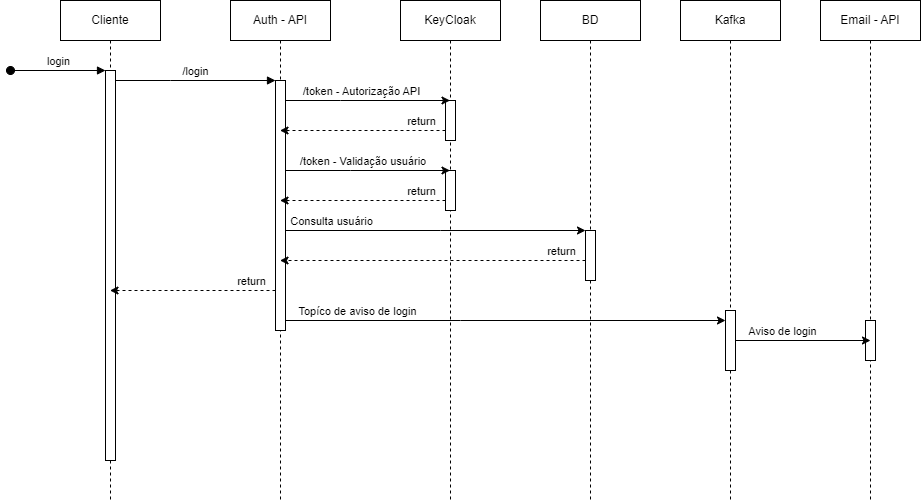
The draw.io diagram docs/Jornadas/assets/Login-sequencia.png in agendify/doc-interno, before a commit. Source tidied: cells renumbered, new cells last; positions are measured from the earlier drawing's top-left corner, leaving out a move shared by most shapes.
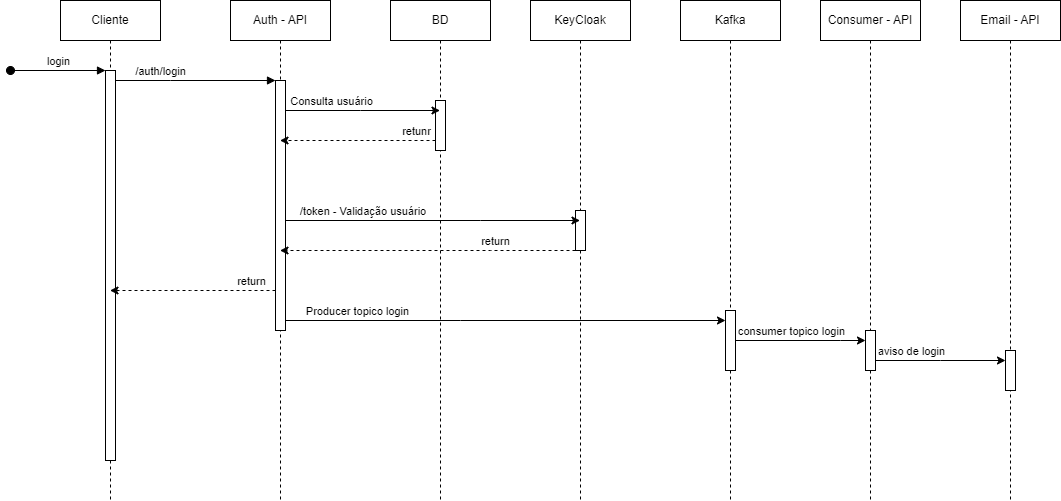
Above is the later version.

Change to the diagram source:
```diff
@@ -19,27 +19,24 @@
     <mxCell id="6" style="html=1;points=[];perimeter=orthogonalPerimeter;outlineConnect=0;targetShapes=umlLifeline;portConstraint=eastwest;newEdgeStyle={&quot;edgeStyle&quot;:&quot;elbowEdgeStyle&quot;,&quot;elbow&quot;:&quot;vertical&quot;,&quot;curved&quot;:0,&quot;rounded&quot;:0};" parent="5" vertex="1">
       <mxGeometry x="45" y="80" width="10" height="250" as="geometry" />
     </mxCell>
-    <mxCell id="7" value="/login" style="html=1;verticalAlign=bottom;endArrow=block;edgeStyle=elbowEdgeStyle;elbow=vertical;curved=0;rounded=0;" parent="1" edge="1" source="3" target="6">
-      <mxGeometry relative="1" as="geometry">
+    <mxCell id="7" value="/auth/login" style="html=1;verticalAlign=bottom;endArrow=block;edgeStyle=elbowEdgeStyle;elbow=vertical;curved=0;rounded=0;" parent="1" edge="1" source="3" target="6">
+      <mxGeometry x="-0.44" relative="1" as="geometry">
         <Array as="points">
           <mxPoint x="160" y="80" />
         </Array>
       </mxGeometry>
     </mxCell>
     <mxCell id="8" value="Email - API" style="shape=umlLifeline;perimeter=lifelinePerimeter;whiteSpace=wrap;html=1;newEdgeStyle={&quot;edgeStyle&quot;:&quot;elbowEdgeStyle&quot;,&quot;elbow&quot;:&quot;vertical&quot;,&quot;curved&quot;:0,&quot;rounded&quot;:0};" parent="1" vertex="1">
-      <mxGeometry x="810" width="100" height="500" as="geometry" />
+      <mxGeometry x="950" width="100" height="500" as="geometry" />
     </mxCell>
     <mxCell id="9" style="html=1;points=[];perimeter=orthogonalPerimeter;outlineConnect=0;targetShapes=umlLifeline;portConstraint=eastwest;newEdgeStyle={&quot;edgeStyle&quot;:&quot;elbowEdgeStyle&quot;,&quot;elbow&quot;:&quot;vertical&quot;,&quot;curved&quot;:0,&quot;rounded&quot;:0};" parent="8" vertex="1">
-      <mxGeometry x="45" y="320" width="10" height="40" as="geometry" />
+      <mxGeometry x="45" y="350" width="10" height="40" as="geometry" />
     </mxCell>
     <mxCell id="10" value="KeyCloak" style="shape=umlLifeline;perimeter=lifelinePerimeter;whiteSpace=wrap;html=1;outlineConnect=0;portConstraint=eastwest;newEdgeStyle={&quot;edgeStyle&quot;:&quot;elbowEdgeStyle&quot;,&quot;elbow&quot;:&quot;vertical&quot;,&quot;curved&quot;:0,&quot;rounded&quot;:0};" parent="1" vertex="1">
-      <mxGeometry x="390" width="100" height="500" as="geometry" />
+      <mxGeometry x="520" width="100" height="500" as="geometry" />
     </mxCell>
-    <mxCell id="11" style="html=1;points=[];perimeter=orthogonalPerimeter;outlineConnect=0;targetShapes=umlLifeline;portConstraint=eastwest;newEdgeStyle={&quot;edgeStyle&quot;:&quot;elbowEdgeStyle&quot;,&quot;elbow&quot;:&quot;vertical&quot;,&quot;curved&quot;:0,&quot;rounded&quot;:0};" parent="10" vertex="1">
-      <mxGeometry x="45" y="100" width="10" height="40" as="geometry" />
-    </mxCell>
     <mxCell id="12" style="html=1;points=[];perimeter=orthogonalPerimeter;outlineConnect=0;targetShapes=umlLifeline;portConstraint=eastwest;newEdgeStyle={&quot;edgeStyle&quot;:&quot;elbowEdgeStyle&quot;,&quot;elbow&quot;:&quot;vertical&quot;,&quot;curved&quot;:0,&quot;rounded&quot;:0};" parent="10" vertex="1">
-      <mxGeometry x="45" y="170" width="10" height="40" as="geometry" />
+      <mxGeometry x="45" y="210" width="10" height="40" as="geometry" />
     </mxCell>
     <mxCell id="13" value="Kafka" style="shape=umlLifeline;perimeter=lifelinePerimeter;whiteSpace=wrap;html=1;newEdgeStyle={&quot;edgeStyle&quot;:&quot;elbowEdgeStyle&quot;,&quot;elbow&quot;:&quot;vertical&quot;,&quot;curved&quot;:0,&quot;rounded&quot;:0};" parent="1" vertex="1">
       <mxGeometry x="670" width="100" height="500" as="geometry" />
@@ -47,52 +44,29 @@
     <mxCell id="14" style="html=1;points=[];perimeter=orthogonalPerimeter;outlineConnect=0;targetShapes=umlLifeline;portConstraint=eastwest;newEdgeStyle={&quot;edgeStyle&quot;:&quot;elbowEdgeStyle&quot;,&quot;elbow&quot;:&quot;vertical&quot;,&quot;curved&quot;:0,&quot;rounded&quot;:0};" parent="13" vertex="1">
       <mxGeometry x="45" y="310" width="10" height="60" as="geometry" />
     </mxCell>
-    <mxCell id="15" style="edgeStyle=elbowEdgeStyle;rounded=0;jettySize=auto;html=1;elbow=vertical;curved=0;" parent="1" edge="1" source="6" target="10">
-      <mxGeometry relative="1" as="geometry">
-        <Array as="points">
-          <mxPoint x="330" y="100" />
-          <mxPoint x="360" y="120" />
-        </Array>
-      </mxGeometry>
-    </mxCell>
-    <mxCell id="16" value="&amp;nbsp;/token - Autorização API&amp;nbsp;" style="edgeLabel;html=1;align=center;verticalAlign=middle;" parent="15" vertex="1">
-      <mxGeometry x="-0.09" relative="1" as="geometry">
-        <mxPoint y="-10" as="offset" />
-      </mxGeometry>
-    </mxCell>
-    <mxCell id="17" style="edgeStyle=elbowEdgeStyle;rounded=0;jettySize=auto;html=1;elbow=vertical;curved=0;dashed=1;" parent="1" edge="1" source="11" target="5">
-      <mxGeometry relative="1" as="geometry">
-        <Array as="points">
-          <mxPoint x="360" y="130" />
-        </Array>
-      </mxGeometry>
-    </mxCell>
-    <mxCell id="18" value="return" style="edgeLabel;html=1;align=center;verticalAlign=middle;" parent="17" vertex="1">
-      <mxGeometry x="0.49" y="-2" relative="1" as="geometry">
-        <mxPoint x="98" y="-8" as="offset" />
-      </mxGeometry>
-    </mxCell>
     <mxCell id="19" value="BD" style="shape=umlLifeline;perimeter=lifelinePerimeter;whiteSpace=wrap;html=1;outlineConnect=0;portConstraint=eastwest;newEdgeStyle={&quot;edgeStyle&quot;:&quot;elbowEdgeStyle&quot;,&quot;elbow&quot;:&quot;vertical&quot;,&quot;curved&quot;:0,&quot;rounded&quot;:0};" parent="1" vertex="1">
-      <mxGeometry x="530" width="100" height="500" as="geometry" />
+      <mxGeometry x="380" width="100" height="500" as="geometry" />
     </mxCell>
     <mxCell id="20" style="html=1;points=[];perimeter=orthogonalPerimeter;outlineConnect=0;targetShapes=umlLifeline;portConstraint=eastwest;newEdgeStyle={&quot;edgeStyle&quot;:&quot;elbowEdgeStyle&quot;,&quot;elbow&quot;:&quot;vertical&quot;,&quot;curved&quot;:0,&quot;rounded&quot;:0};" parent="19" vertex="1">
-      <mxGeometry x="45" y="230" width="10" height="50" as="geometry" />
+      <mxGeometry x="45" y="100" width="10" height="50" as="geometry" />
     </mxCell>
     <mxCell id="21" style="edgeStyle=elbowEdgeStyle;rounded=0;jettySize=auto;html=1;elbow=vertical;curved=0;" parent="1" edge="1" source="6" target="10">
       <mxGeometry relative="1" as="geometry">
         <Array as="points">
+          <mxPoint x="470" y="220" />
           <mxPoint x="340" y="170" />
         </Array>
       </mxGeometry>
     </mxCell>
     <mxCell id="22" value="&amp;nbsp;/token - Validação usuário" style="edgeLabel;html=1;align=center;verticalAlign=middle;" parent="21" vertex="1">
       <mxGeometry x="0.26" y="2" relative="1" as="geometry">
-        <mxPoint x="-28" y="-8" as="offset" />
+        <mxPoint x="-110" y="-8" as="offset" />
       </mxGeometry>
     </mxCell>
     <mxCell id="23" style="edgeStyle=elbowEdgeStyle;rounded=0;jettySize=auto;html=1;elbow=vertical;curved=0;dashed=1;" parent="1" edge="1" source="12" target="5">
       <mxGeometry relative="1" as="geometry">
         <Array as="points">
+          <mxPoint x="480" y="250" />
           <mxPoint x="330" y="200" />
         </Array>
       </mxGeometry>
@@ -102,32 +76,6 @@
         <mxPoint x="45" y="-8" as="offset" />
       </mxGeometry>
     </mxCell>
-    <mxCell id="25" style="edgeStyle=elbowEdgeStyle;rounded=0;jettySize=auto;html=1;elbow=vertical;curved=0;" parent="1" edge="1" source="6" target="20">
-      <mxGeometry relative="1" as="geometry">
-        <Array as="points">
-          <mxPoint x="430" y="230" />
-          <mxPoint x="500" y="220" />
-        </Array>
-      </mxGeometry>
-    </mxCell>
-    <mxCell id="26" value="Consulta usuário" style="edgeLabel;html=1;align=center;verticalAlign=middle;" parent="25" vertex="1">
-      <mxGeometry x="-0.04" y="-1" relative="1" as="geometry">
-        <mxPoint x="-99" y="-11" as="offset" />
-      </mxGeometry>
-    </mxCell>
-    <mxCell id="27" style="edgeStyle=elbowEdgeStyle;rounded=0;jettySize=auto;html=1;elbow=vertical;curved=0;dashed=1;" parent="1" edge="1" source="20" target="5">
-      <mxGeometry relative="1" as="geometry">
-        <Array as="points">
-          <mxPoint x="470" y="260" />
-          <mxPoint x="530" y="270" />
-        </Array>
-      </mxGeometry>
-    </mxCell>
-    <mxCell id="28" value="return" style="edgeLabel;html=1;align=center;verticalAlign=middle;" parent="27" vertex="1">
-      <mxGeometry x="0.25" y="2" relative="1" as="geometry">
-        <mxPoint x="166" y="-12" as="offset" />
-      </mxGeometry>
-    </mxCell>
     <mxCell id="29" style="edgeStyle=elbowEdgeStyle;rounded=0;jettySize=auto;html=1;elbow=vertical;curved=0;" parent="1" edge="1" source="6" target="14">
       <mxGeometry relative="1" as="geometry">
         <Array as="points">
@@ -136,19 +84,21 @@
         </Array>
       </mxGeometry>
     </mxCell>
-    <mxCell id="30" value="Topíco de aviso de login" style="edgeLabel;html=1;align=center;verticalAlign=middle;" parent="29" vertex="1">
+    <mxCell id="30" value="Producer topico login" style="edgeLabel;html=1;align=center;verticalAlign=middle;" parent="29" vertex="1">
       <mxGeometry x="0.13" relative="1" as="geometry">
         <mxPoint x="-177" y="-10" as="offset" />
       </mxGeometry>
     </mxCell>
-    <mxCell id="31" style="edgeStyle=elbowEdgeStyle;rounded=0;jettySize=auto;html=1;elbow=vertical;curved=0;" parent="1" edge="1" source="14">
+    <mxCell id="31" style="edgeStyle=elbowEdgeStyle;rounded=0;jettySize=auto;html=1;elbow=vertical;curved=0;" parent="1" edge="1" source="14" target="38">
       <mxGeometry relative="1" as="geometry">
-        <mxPoint x="860" y="340" as="targetPoint" />
+        <Array as="points">
+          <mxPoint x="830" y="340" />
+        </Array>
       </mxGeometry>
     </mxCell>
-    <mxCell id="32" value="Aviso de login" style="edgeLabel;html=1;align=center;verticalAlign=middle;" parent="31" vertex="1">
+    <mxCell id="32" value="consumer topico login" style="edgeLabel;html=1;align=center;verticalAlign=middle;" parent="31" vertex="1">
       <mxGeometry x="-0.09" y="2" relative="1" as="geometry">
-        <mxPoint x="-16" y="-8" as="offset" />
+        <mxPoint x="-4" y="-8" as="offset" />
       </mxGeometry>
     </mxCell>
     <mxCell id="33" style="edgeStyle=elbowEdgeStyle;rounded=0;jettySize=auto;html=1;elbow=vertical;curved=0;dashed=1;" parent="1" edge="1" source="6" target="2">
@@ -163,5 +113,48 @@
         <mxPoint x="90" y="-10" as="offset" />
       </mxGeometry>
     </mxCell>
+    <mxCell id="35" style="edgeStyle=elbowEdgeStyle;rounded=0;jettySize=auto;html=1;elbow=vertical;curved=0;" parent="1" edge="1" source="6" target="19">
+      <mxGeometry relative="1" as="geometry">
+        <Array as="points">
+          <mxPoint x="350" y="110" />
+          <mxPoint x="390" y="110" />
+          <mxPoint x="390" y="100" />
+          <mxPoint x="370" y="90" />
+          <mxPoint x="390" y="205" />
+          <mxPoint x="380" y="100" />
+        </Array>
+      </mxGeometry>
+    </mxCell>
+    <mxCell id="26" value="Consulta usuário" style="edgeLabel;html=1;align=center;verticalAlign=middle;" parent="35" vertex="1">
+      <mxGeometry x="0.29" y="-1" relative="1" as="geometry">
+        <mxPoint x="-55" y="-11" as="offset" />
+      </mxGeometry>
+    </mxCell>
+    <mxCell id="27" style="edgeStyle=elbowEdgeStyle;rounded=0;jettySize=auto;html=1;elbow=vertical;curved=0;dashed=1;" parent="1" edge="1" source="20" target="5">
+      <mxGeometry relative="1" as="geometry">
+        <Array as="points">
+          <mxPoint x="390" y="140" />
+        </Array>
+      </mxGeometry>
+    </mxCell>
+    <mxCell id="36" value="retunr" style="edgeLabel;html=1;align=center;verticalAlign=middle;" parent="27" vertex="1">
+      <mxGeometry x="0.12" y="-2" relative="1" as="geometry">
+        <mxPoint x="67" y="-8" as="offset" />
+      </mxGeometry>
+    </mxCell>
+    <mxCell id="37" value="Consumer - API" style="shape=umlLifeline;perimeter=lifelinePerimeter;whiteSpace=wrap;html=1;newEdgeStyle={&quot;edgeStyle&quot;:&quot;elbowEdgeStyle&quot;,&quot;elbow&quot;:&quot;vertical&quot;,&quot;curved&quot;:0,&quot;rounded&quot;:0};" parent="1" vertex="1">
+      <mxGeometry x="810" width="100" height="500" as="geometry" />
+    </mxCell>
+    <mxCell id="38" style="html=1;points=[];perimeter=orthogonalPerimeter;outlineConnect=0;targetShapes=umlLifeline;portConstraint=eastwest;newEdgeStyle={&quot;edgeStyle&quot;:&quot;elbowEdgeStyle&quot;,&quot;elbow&quot;:&quot;vertical&quot;,&quot;curved&quot;:0,&quot;rounded&quot;:0};" parent="37" vertex="1">
+      <mxGeometry x="45" y="330" width="10" height="40" as="geometry" />
+    </mxCell>
+    <mxCell id="39" style="edgeStyle=elbowEdgeStyle;rounded=0;jettySize=auto;html=1;elbow=vertical;curved=0;" parent="1" edge="1" source="38" target="9">
+      <mxGeometry relative="1" as="geometry" />
+    </mxCell>
+    <mxCell id="40" value="aviso de login" style="edgeLabel;html=1;align=center;verticalAlign=middle;" parent="39" vertex="1">
+      <mxGeometry x="-0.02" relative="1" as="geometry">
+        <mxPoint x="-29" y="-10" as="offset" />
+      </mxGeometry>
+    </mxCell>
   </root>
 </mxGraphModel>
```
